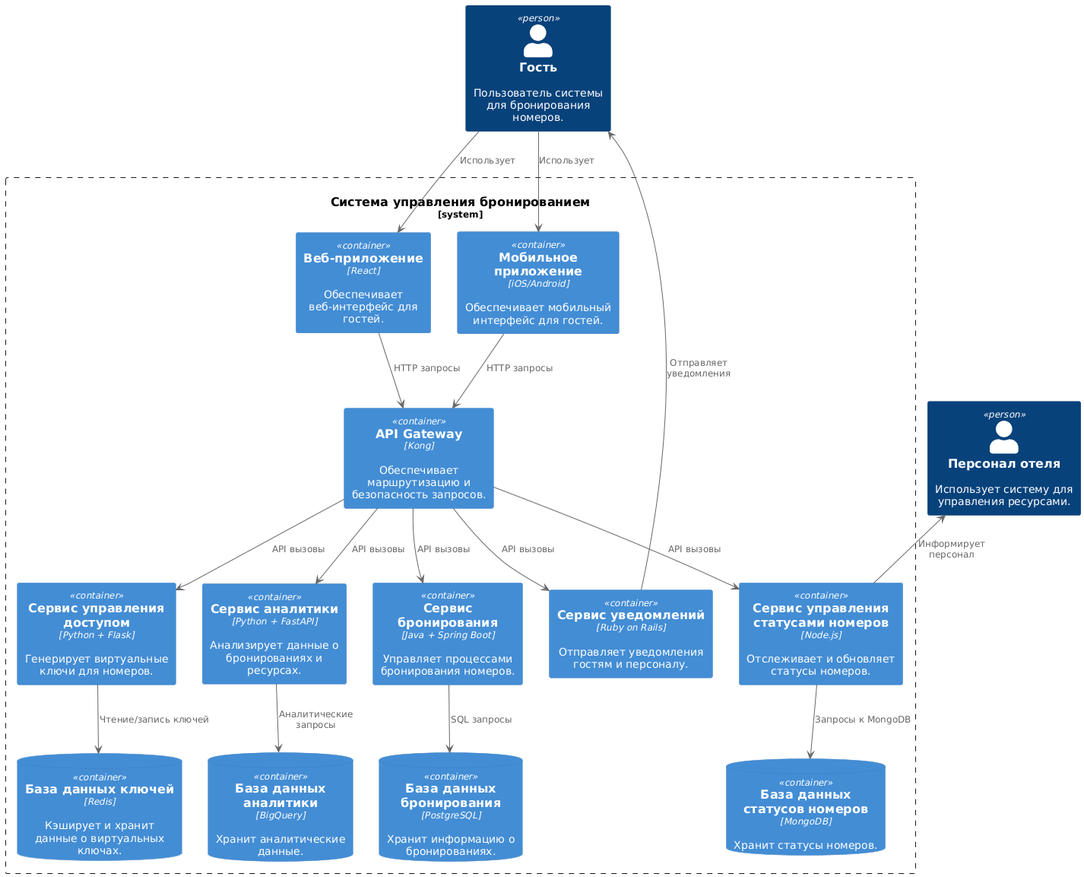
The PlantUML diagram res/hm_04_01.png in mrsolodov/sahomeworks, before a commit.
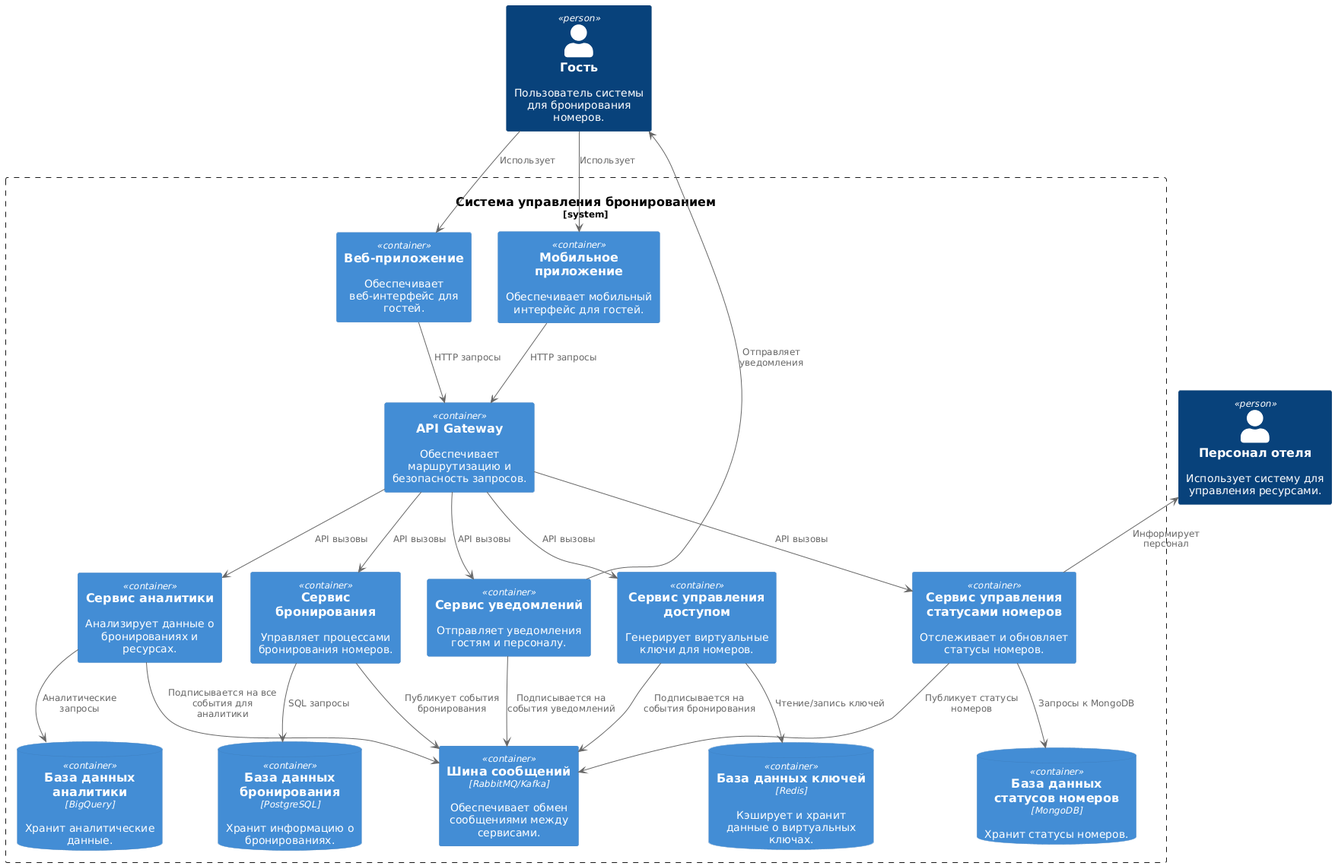
Above is the later version.

What changed in the source:
```diff
@@ -6,20 +6,23 @@
 Person(hotel_staff, "Персонал отеля", "Использует систему для управления ресурсами.")
 
 System_Boundary(c1, "Система управления бронированием") {
-  Container(web_app, "Веб-приложение", "React", "Обеспечивает веб-интерфейс для гостей.")
-  Container(mobile_app, "Мобильное приложение", "iOS/Android", "Обеспечивает мобильный интерфейс для гостей.")
-  Container(api_gateway, "API Gateway", "Kong", "Обеспечивает маршрутизацию и безопасность запросов.")
+  Container(web_app, "Веб-приложение", "", "Обеспечивает веб-интерфейс для гостей.")
+  Container(mobile_app, "Мобильное приложение", "", "Обеспечивает мобильный интерфейс для гостей.")
+  Container(api_gateway, "API Gateway", "", "Обеспечивает маршрутизацию и безопасность запросов.")
 
-  Container(booking_service, "Сервис бронирования", "Java + Spring Boot", "Управляет процессами бронирования номеров.")
-  Container(room_status_service, "Сервис управления статусами номеров", "Node.js", "Отслеживает и обновляет статусы номеров.")
-  Container(access_control_service, "Сервис управления доступом", "Python + Flask", "Генерирует виртуальные ключи для номеров.")
-  Container(notification_service, "Сервис уведомлений", "Ruby on Rails", "Отправляет уведомления гостям и персоналу.")
-  Container(analytics_service, "Сервис аналитики", "Python + FastAPI", "Анализирует данные о бронированиях и ресурсах.")
+  Container(booking_service, "Сервис бронирования", "", "Управляет процессами бронирования номеров.")
+  Container(room_status_service, "Сервис управления статусами номеров", "", "Отслеживает и обновляет статусы номеров.")
+  Container(access_control_service, "Сервис управления доступом", "", "Генерирует виртуальные ключи для номеров.")
+  Container(notification_service, "Сервис уведомлений", "", "Отправляет уведомления гостям и персоналу.")
+  Container(analytics_service, "Сервис аналитики", "", "Анализирует данные о бронированиях и ресурсах.")
 
   ContainerDb(booking_db, "База данных бронирования", "PostgreSQL", "Хранит информацию о бронированиях.")
   ContainerDb(room_status_db, "База данных статусов номеров", "MongoDB", "Хранит статусы номеров.")
   ContainerDb(access_control_db, "База данных ключей", "Redis", "Кэширует и хранит данные о виртуальных ключах.")
   ContainerDb(analytics_db, "База данных аналитики", "BigQuery", "Хранит аналитические данные.")
+
+  Container(message_bus, "Шина сообщений", "RabbitMQ/Kafka", "Обеспечивает обмен сообщениями между сервисами.")
+
 }
 
 hotel_staff <-- room_status_service : Информирует персонал
@@ -40,4 +43,10 @@
 analytics_service --> analytics_db : Аналитические запросы
 
 notification_service -> customer : Отправляет уведомления
+
+booking_service --> message_bus : Публикует события бронирования
+room_status_service --> message_bus : Публикует статусы номеров
+access_control_service --> message_bus : Подписывается на события бронирования
+analytics_service --> message_bus : Подписывается на все события для аналитики
+notification_service --> message_bus : Подписывается на события уведомлений
 @enduml
```
